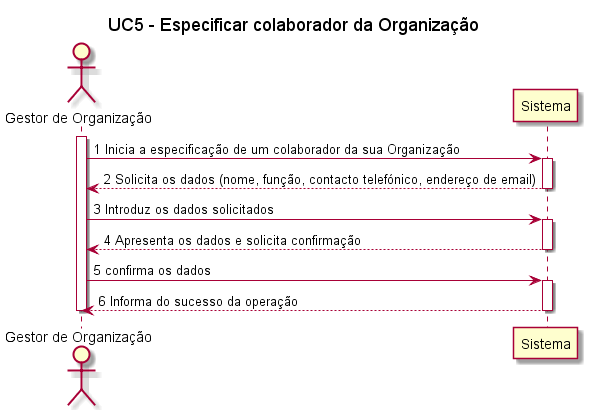
Before: Documentação/Sprint 2/UC05_Especificar_Colaborador_Organizacao/UC5_Especificar_Colaborador_Organizacao_SSD.png, a diagram exported from PlantUML (blestonbandeiraUPSKILL/upskill_java1_labprg_grupo2).
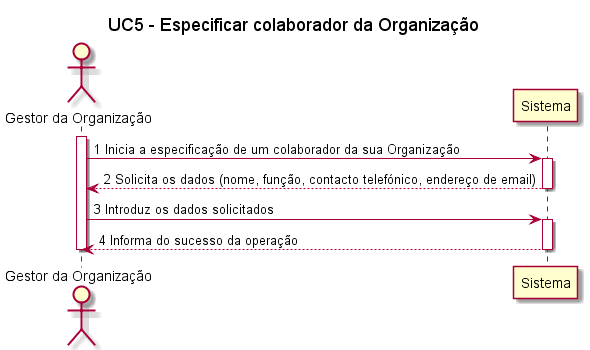
The same file after the commit.

Diff of the diagram source:
```diff
@@ -2,21 +2,15 @@
 
 title UC5 - Especificar colaborador da Organização
 
-Actor "Gestor de Organização" as GestorOrganizacao
-
-
-activate GestorOrganizacao
-GestorOrganizacao -> Sistema: 1 Inicia a especificação de um colaborador da sua Organização
+Actor "Gestor da Organização"
+activate "Gestor da Organização"
+"Gestor da Organização" -> Sistema: 1 Inicia a especificação de um colaborador da sua Organização
 activate Sistema
-Sistema --> GestorOrganizacao: 2 Solicita os dados (nome, função, contacto telefónico, endereço de email)
+Sistema --> "Gestor da Organização": 2 Solicita os dados (nome, função, contacto telefónico, endereço de email)
 deactivate Sistema
-GestorOrganizacao -> Sistema: 3 Introduz os dados solicitados
+"Gestor da Organização" -> Sistema: 3 Introduz os dados solicitados
 activate Sistema
-Sistema --> GestorOrganizacao: 4 Apresenta os dados e solicita confirmação
+Sistema --> "Gestor da Organização": 4 Informa do sucesso da operação
 deactivate Sistema
-GestorOrganizacao -> Sistema: 5 confirma os dados
-activate Sistema
-Sistema --> GestorOrganizacao: 6 Informa do sucesso da operação
-deactivate Sistema
-deactivate GestorOrganizacao
+deactivate "Gestor da Organização"
 @enduml
```
